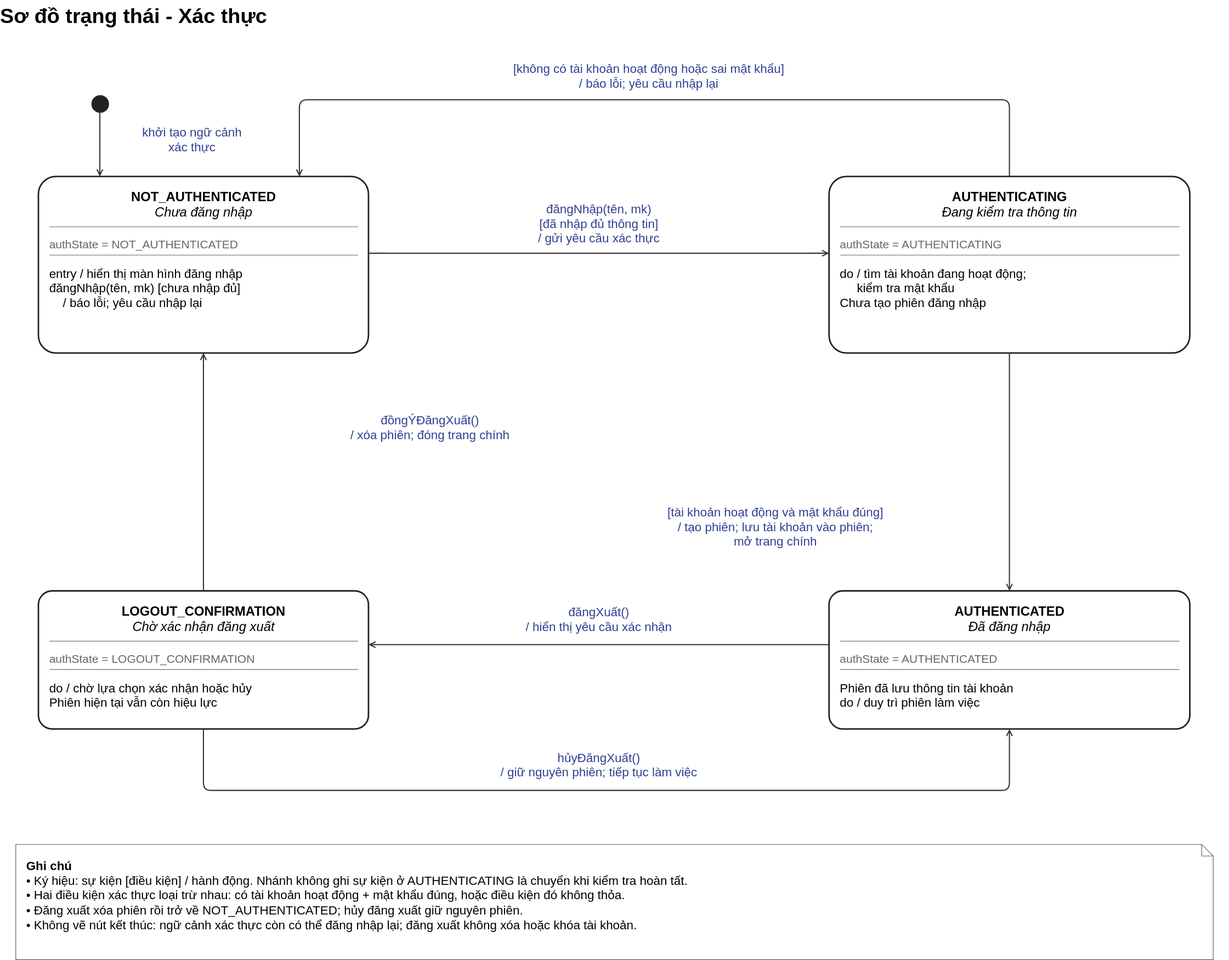
Above: 4.Submit_State/XT.drawio.svg in DPEldich/DOC-OOAD (draw.io), before the change. Source tidied: cells renumbered, new cells last; positions are measured from the earlier drawing's top-left corner, leaving out a move shared by most shapes.
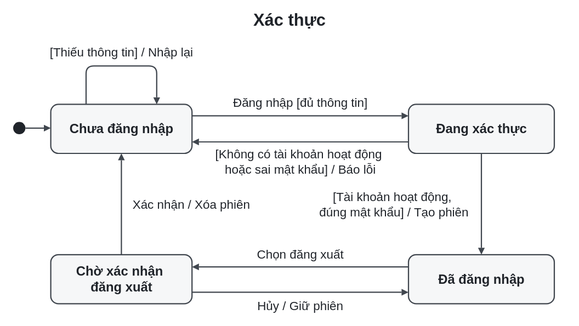
After the commit.

The edit, as a diff of the source:
```diff
@@ -1,163 +1,66 @@
-<mxGraphModel>
+<mxGraphModel background="#ffffff">
   <root>
     <mxCell id="0" />
     <mxCell id="1" parent="0" />
-    <mxCell id="2" value="&lt;b&gt;Sơ đồ trạng thái - Xác thực&lt;/b&gt;" style="text;html=1;strokeColor=none;fillColor=none;align=left;verticalAlign=top;whiteSpace=wrap;overflow=hidden;fontFamily=Arial;spacing=0;fontSize=27;" parent="1" vertex="1">
-      <mxGeometry width="1600" height="34" as="geometry" />
+    <mxCell id="2" value="Xác thực" style="text;strokeColor=none;fillColor=none;fontSize=22;fontStyle=1;fontFamily=Arial;fontColor=#20242a;align=center;verticalAlign=middle;whiteSpace=wrap;html=0;" parent="1" vertex="1">
+      <mxGeometry x="-32" y="-12" width="738" height="36" as="geometry" />
     </mxCell>
+    <mxCell id="27" style="ellipse;strokeColor=#20242a;fillColor=#20242a;strokeWidth=1.6;fontFamily=Arial;fontColor=#20242a;align=center;verticalAlign=middle;whiteSpace=wrap;html=0;" parent="1" vertex="1">
+      <mxGeometry x="-23" y="139" width="16" height="16" as="geometry" />
+    </mxCell>
-    <mxCell id="3" style="rounded=1;arcSize=10;whiteSpace=wrap;html=1;fillColor=#ffffff;strokeColor=#222222;strokeWidth=2;" parent="1" vertex="1">
-      <mxGeometry x="50" y="230" width="430" height="230" as="geometry" />
+    <mxCell id="3" value="Chưa đăng nhập" style="rounded=1;absoluteArcSize=1;arcSize=20;strokeColor=#40464e;strokeWidth=1.6;fillColor=#f6f7f8;fontSize=17;fontStyle=1;fontFamily=Arial;fontColor=#20242a;align=center;verticalAlign=middle;whiteSpace=wrap;html=0;" parent="1" vertex="1">
+      <mxGeometry x="26" y="116" width="184" height="64" as="geometry" />
     </mxCell>
-    <mxCell id="4" value="&lt;b&gt;NOT_AUTHENTICATED&lt;/b&gt;&lt;br&gt;&lt;i&gt;Chưa đăng nhập&lt;/i&gt;" style="text;html=1;strokeColor=none;fillColor=none;align=left;verticalAlign=top;whiteSpace=wrap;overflow=hidden;fontFamily=Arial;spacing=0;fontSize=17;align=center;" parent="3" vertex="1">
-      <mxGeometry x="12" y="12" width="406" height="50" as="geometry" />
-    </mxCell>
-    <mxCell id="5" value="authState = NOT_AUTHENTICATED" style="text;html=1;strokeColor=none;fillColor=none;align=left;verticalAlign=top;whiteSpace=wrap;overflow=hidden;fontFamily=Arial;spacing=0;fontSize=15;fontColor=#666666;" parent="3" vertex="1">
-      <mxGeometry x="14" y="75" width="402" height="25" as="geometry" />
-    </mxCell>
-    <mxCell id="6" value="entry / hiển thị màn hình đăng nhập&lt;br&gt;đăngNhập(tên, mk) [chưa nhập đủ]&lt;br&gt;&amp;nbsp;&amp;nbsp;&amp;nbsp;&amp;nbsp;/ báo lỗi; yêu cầu nhập lại" style="text;html=1;strokeColor=none;fillColor=none;align=left;verticalAlign=top;whiteSpace=wrap;overflow=hidden;fontFamily=Arial;spacing=0;fontSize=16;lineHeight=21;" parent="3" vertex="1">
-      <mxGeometry x="14" y="112" width="402" height="108" as="geometry" />
-    </mxCell>
-    <mxCell id="7" style="endArrow=none;startArrow=none;strokeColor=#9a7979;strokeWidth=1;html=1;" parent="3" edge="1">
-      <mxGeometry relative="1" as="geometry">
-        <mxPoint x="14" y="65" as="sourcePoint" />
-        <mxPoint x="416" y="65" as="targetPoint" />
-      </mxGeometry>
-    </mxCell>
-    <mxCell id="8" style="endArrow=none;startArrow=none;strokeColor=#9a7979;strokeWidth=1;html=1;" parent="3" edge="1">
-      <mxGeometry relative="1" as="geometry">
-        <mxPoint x="14" y="102" as="sourcePoint" />
-        <mxPoint x="416" y="102" as="targetPoint" />
-      </mxGeometry>
-    </mxCell>
-    <mxCell id="9" style="rounded=1;arcSize=10;whiteSpace=wrap;html=1;fillColor=#ffffff;strokeColor=#222222;strokeWidth=2;" parent="1" vertex="1">
-      <mxGeometry x="1080" y="230" width="470" height="230" as="geometry" />
+    <mxCell id="9" value="Đang xác thực" style="rounded=1;absoluteArcSize=1;arcSize=20;strokeColor=#40464e;strokeWidth=1.6;fillColor=#f6f7f8;fontSize=17;fontStyle=1;fontFamily=Arial;fontColor=#20242a;align=center;verticalAlign=middle;whiteSpace=wrap;html=0;" parent="1" vertex="1">
+      <mxGeometry x="492" y="116" width="190" height="64" as="geometry" />
     </mxCell>
-    <mxCell id="10" value="&lt;b&gt;AUTHENTICATING&lt;/b&gt;&lt;br&gt;&lt;i&gt;Đang kiểm tra thông tin&lt;/i&gt;" style="text;html=1;strokeColor=none;fillColor=none;align=left;verticalAlign=top;whiteSpace=wrap;overflow=hidden;fontFamily=Arial;spacing=0;fontSize=17;align=center;" parent="9" vertex="1">
-      <mxGeometry x="12" y="12" width="446" height="50" as="geometry" />
-    </mxCell>
-    <mxCell id="11" value="authState = AUTHENTICATING" style="text;html=1;strokeColor=none;fillColor=none;align=left;verticalAlign=top;whiteSpace=wrap;overflow=hidden;fontFamily=Arial;spacing=0;fontSize=15;fontColor=#666666;" parent="9" vertex="1">
-      <mxGeometry x="14" y="75" width="442" height="25" as="geometry" />
-    </mxCell>
-    <mxCell id="12" value="do / tìm tài khoản đang hoạt động;&lt;br&gt;&amp;nbsp;&amp;nbsp;&amp;nbsp;&amp;nbsp; kiểm tra mật khẩu&lt;br&gt;Chưa tạo phiên đăng nhập" style="text;html=1;strokeColor=none;fillColor=none;align=left;verticalAlign=top;whiteSpace=wrap;overflow=hidden;fontFamily=Arial;spacing=0;fontSize=16;lineHeight=21;" parent="9" vertex="1">
-      <mxGeometry x="14" y="112" width="442" height="108" as="geometry" />
-    </mxCell>
-    <mxCell id="13" style="endArrow=none;startArrow=none;strokeColor=#9a7979;strokeWidth=1;html=1;" parent="9" edge="1">
-      <mxGeometry relative="1" as="geometry">
-        <mxPoint x="14" y="65" as="sourcePoint" />
-        <mxPoint x="456" y="65" as="targetPoint" />
-      </mxGeometry>
-    </mxCell>
-    <mxCell id="14" style="endArrow=none;startArrow=none;strokeColor=#9a7979;strokeWidth=1;html=1;" parent="9" edge="1">
-      <mxGeometry relative="1" as="geometry">
-        <mxPoint x="14" y="102" as="sourcePoint" />
-        <mxPoint x="456" y="102" as="targetPoint" />
-      </mxGeometry>
-    </mxCell>
-    <mxCell id="15" style="rounded=1;arcSize=10;whiteSpace=wrap;html=1;fillColor=#ffffff;strokeColor=#222222;strokeWidth=2;" parent="1" vertex="1">
-      <mxGeometry x="1080" y="770" width="470" height="180" as="geometry" />
+    <mxCell id="15" value="Đã đăng nhập" style="rounded=1;absoluteArcSize=1;arcSize=20;strokeColor=#40464e;strokeWidth=1.6;fillColor=#f6f7f8;fontSize=17;fontStyle=1;fontFamily=Arial;fontColor=#20242a;align=center;verticalAlign=middle;whiteSpace=wrap;html=0;" parent="1" vertex="1">
+      <mxGeometry x="492" y="312" width="190" height="64" as="geometry" />
     </mxCell>
-    <mxCell id="16" value="&lt;b&gt;AUTHENTICATED&lt;/b&gt;&lt;br&gt;&lt;i&gt;Đã đăng nhập&lt;/i&gt;" style="text;html=1;strokeColor=none;fillColor=none;align=left;verticalAlign=top;whiteSpace=wrap;overflow=hidden;fontFamily=Arial;spacing=0;fontSize=17;align=center;" parent="15" vertex="1">
-      <mxGeometry x="12" y="12" width="446" height="50" as="geometry" />
-    </mxCell>
-    <mxCell id="17" value="authState = AUTHENTICATED" style="text;html=1;strokeColor=none;fillColor=none;align=left;verticalAlign=top;whiteSpace=wrap;overflow=hidden;fontFamily=Arial;spacing=0;fontSize=15;fontColor=#666666;" parent="15" vertex="1">
-      <mxGeometry x="14" y="75" width="442" height="25" as="geometry" />
-    </mxCell>
-    <mxCell id="18" value="Phiên đã lưu thông tin tài khoản&lt;br&gt;do / duy trì phiên làm việc" style="text;html=1;strokeColor=none;fillColor=none;align=left;verticalAlign=top;whiteSpace=wrap;overflow=hidden;fontFamily=Arial;spacing=0;fontSize=16;lineHeight=21;" parent="15" vertex="1">
-      <mxGeometry x="14" y="112" width="442" height="58" as="geometry" />
-    </mxCell>
-    <mxCell id="19" style="endArrow=none;startArrow=none;strokeColor=#9a7979;strokeWidth=1;html=1;" parent="15" edge="1">
-      <mxGeometry relative="1" as="geometry">
-        <mxPoint x="14" y="65" as="sourcePoint" />
-        <mxPoint x="456" y="65" as="targetPoint" />
-      </mxGeometry>
-    </mxCell>
-    <mxCell id="20" style="endArrow=none;startArrow=none;strokeColor=#9a7979;strokeWidth=1;html=1;" parent="15" edge="1">
-      <mxGeometry relative="1" as="geometry">
-        <mxPoint x="14" y="102" as="sourcePoint" />
-        <mxPoint x="456" y="102" as="targetPoint" />
-      </mxGeometry>
-    </mxCell>
-    <mxCell id="21" style="rounded=1;arcSize=10;whiteSpace=wrap;html=1;fillColor=#ffffff;strokeColor=#222222;strokeWidth=2;" parent="1" vertex="1">
-      <mxGeometry x="50" y="770" width="430" height="180" as="geometry" />
+    <mxCell id="21" value="Chờ xác nhận&#10;đăng xuất" style="rounded=1;absoluteArcSize=1;arcSize=20;strokeColor=#40464e;strokeWidth=1.6;fillColor=#f6f7f8;fontSize=17;fontStyle=1;fontFamily=Arial;fontColor=#20242a;align=center;verticalAlign=middle;whiteSpace=wrap;html=0;" parent="1" vertex="1">
+      <mxGeometry x="26" y="312" width="184" height="64" as="geometry" />
     </mxCell>
-    <mxCell id="22" value="&lt;b&gt;LOGOUT_CONFIRMATION&lt;/b&gt;&lt;br&gt;&lt;i&gt;Chờ xác nhận đăng xuất&lt;/i&gt;" style="text;html=1;strokeColor=none;fillColor=none;align=left;verticalAlign=top;whiteSpace=wrap;overflow=hidden;fontFamily=Arial;spacing=0;fontSize=17;align=center;" parent="21" vertex="1">
-      <mxGeometry x="12" y="12" width="406" height="50" as="geometry" />
-    </mxCell>
-    <mxCell id="23" value="authState = LOGOUT_CONFIRMATION" style="text;html=1;strokeColor=none;fillColor=none;align=left;verticalAlign=top;whiteSpace=wrap;overflow=hidden;fontFamily=Arial;spacing=0;fontSize=15;fontColor=#666666;" parent="21" vertex="1">
-      <mxGeometry x="14" y="75" width="402" height="25" as="geometry" />
-    </mxCell>
-    <mxCell id="24" value="do / chờ lựa chọn xác nhận hoặc hủy&lt;br&gt;Phiên hiện tại vẫn còn hiệu lực" style="text;html=1;strokeColor=none;fillColor=none;align=left;verticalAlign=top;whiteSpace=wrap;overflow=hidden;fontFamily=Arial;spacing=0;fontSize=16;lineHeight=21;" parent="21" vertex="1">
-      <mxGeometry x="14" y="112" width="402" height="58" as="geometry" />
-    </mxCell>
-    <mxCell id="25" style="endArrow=none;startArrow=none;strokeColor=#9a7979;strokeWidth=1;html=1;" parent="21" edge="1">
-      <mxGeometry relative="1" as="geometry">
-        <mxPoint x="14" y="65" as="sourcePoint" />
-        <mxPoint x="416" y="65" as="targetPoint" />
-      </mxGeometry>
-    </mxCell>
-    <mxCell id="26" style="endArrow=none;startArrow=none;strokeColor=#9a7979;strokeWidth=1;html=1;" parent="21" edge="1">
-      <mxGeometry relative="1" as="geometry">
-        <mxPoint x="14" y="102" as="sourcePoint" />
-        <mxPoint x="416" y="102" as="targetPoint" />
-      </mxGeometry>
-    </mxCell>
-    <mxCell id="27" style="ellipse;html=1;fillColor=#222222;strokeColor=#222222;" parent="1" vertex="1">
-      <mxGeometry x="119" y="124" width="22" height="22" as="geometry" />
-    </mxCell>
-    <mxCell id="28" style="edgeStyle=none;rounded=1;endArrow=open;endFill=0;strokeColor=#333333;strokeWidth=1.5;exitX=0.5;exitY=1;exitPerimeter=0;entryX=0.18604651162790697;entryY=0.0;entryPerimeter=0;" parent="1" edge="1" source="27" target="3">
+    <mxCell id="28" style="noEdgeStyle=1;rounded=1;endArrow=block;endFill=1;endSize=8;strokeWidth=1.6;strokeColor=#40464e;fontFamily=Arial;fontSize=16;fontColor=#20242a;align=center;verticalAlign=middle;html=0;exitX=1;exitY=0.5;exitPerimeter=0;entryX=0;entryY=0.484375;entryPerimeter=0;" parent="1" edge="1" source="27" target="3">
       <mxGeometry relative="1" as="geometry" />
     </mxCell>
-    <mxCell id="29" value="khởi tạo ngữ cảnh&lt;br&gt;xác thực" style="text;html=1;strokeColor=none;fillColor=none;align=left;verticalAlign=top;whiteSpace=wrap;overflow=hidden;fontFamily=Arial;spacing=0;fontSize=16;fontColor=#303f92;align=center;fillColor=#ffffff;" parent="1" vertex="1">
-      <mxGeometry x="135" y="158" width="230" height="50" as="geometry" />
-    </mxCell>
+    <mxCell id="43" value="[Thiếu thông tin] / Nhập lại" style="noEdgeStyle=1;rounded=1;endArrow=block;endFill=1;endSize=8;strokeWidth=1.6;strokeColor=#40464e;fontFamily=Arial;fontSize=16;fontColor=#20242a;align=center;verticalAlign=middle;html=0;exitX=0.25;exitY=0;exitPerimeter=0;entryX=0.75;entryY=0;entryPerimeter=0;" parent="1" edge="1" source="3" target="3">
+      <mxGeometry relative="1" as="geometry">
+        <Array as="points">
+          <mxPoint x="72" y="66" />
+          <mxPoint x="164" y="66" />
+        </Array>
+        <mxPoint y="-18" as="offset" />
+      </mxGeometry>
+    </mxCell>
-    <mxCell id="30" style="edgeStyle=none;rounded=1;endArrow=open;endFill=0;strokeColor=#333333;strokeWidth=1.5;exitX=1.0;exitY=0.43478260869565216;exitPerimeter=0;entryX=0.0;entryY=0.43478260869565216;entryPerimeter=0;" parent="1" edge="1" source="3" target="9">
-      <mxGeometry relative="1" as="geometry" />
+    <mxCell id="30" value="Đăng nhập [đủ thông tin]" style="noEdgeStyle=1;rounded=1;endArrow=block;endFill=1;endSize=8;strokeWidth=1.6;strokeColor=#40464e;fontFamily=Arial;fontSize=16;fontColor=#20242a;align=center;verticalAlign=middle;html=0;exitX=1;exitY=0.234375;exitPerimeter=0;entryX=0;entryY=0.234375;entryPerimeter=0;" parent="1" edge="1" source="3" target="9">
+      <mxGeometry relative="1" as="geometry">
+        <mxPoint y="-17" as="offset" />
+      </mxGeometry>
     </mxCell>
-    <mxCell id="31" value="đăngNhập(tên, mk)&lt;br&gt;[đã nhập đủ thông tin]&lt;br&gt;/ gửi yêu cầu xác thực" style="text;html=1;strokeColor=none;fillColor=none;align=left;verticalAlign=top;whiteSpace=wrap;overflow=hidden;fontFamily=Arial;spacing=0;fontSize=16;fontColor=#303f92;align=center;fillColor=#ffffff;" parent="1" vertex="1">
-      <mxGeometry x="505" y="258" width="550" height="71" as="geometry" />
-    </mxCell>
-    <mxCell id="32" style="edgeStyle=none;rounded=1;endArrow=open;endFill=0;strokeColor=#333333;strokeWidth=1.5;exitX=0.5;exitY=0.0;exitPerimeter=0;entryX=0.7906976744186046;entryY=0.0;entryPerimeter=0;" parent="1" edge="1" source="9" target="3">
+    <mxCell id="32" value="[Không có tài khoản hoạt động&#10;hoặc sai mật khẩu] / Báo lỗi" style="noEdgeStyle=1;rounded=1;endArrow=block;endFill=1;endSize=8;strokeWidth=1.6;strokeColor=#40464e;fontFamily=Arial;fontSize=16;fontColor=#20242a;align=center;verticalAlign=middle;html=0;exitX=0;exitY=0.765625;exitPerimeter=0;entryX=1;entryY=0.765625;entryPerimeter=0;" parent="1" edge="1" source="9" target="3">
       <mxGeometry relative="1" as="geometry">
-        <Array as="points">
-          <mxPoint x="1315" y="130" />
-          <mxPoint x="390" y="130" />
-        </Array>
+        <mxPoint y="26" as="offset" />
       </mxGeometry>
     </mxCell>
-    <mxCell id="33" value="[không có tài khoản hoạt động hoặc sai mật khẩu]&lt;br&gt;/ báo lỗi; yêu cầu nhập lại" style="text;html=1;strokeColor=none;fillColor=none;align=left;verticalAlign=top;whiteSpace=wrap;overflow=hidden;fontFamily=Arial;spacing=0;fontSize=16;fontColor=#303f92;align=center;fillColor=#ffffff;" parent="1" vertex="1">
-      <mxGeometry x="445" y="75" width="800" height="50" as="geometry" />
-    </mxCell>
-    <mxCell id="34" style="edgeStyle=none;rounded=1;endArrow=open;endFill=0;strokeColor=#333333;strokeWidth=1.5;exitX=0.5;exitY=1.0;exitPerimeter=0;entryX=0.5;entryY=0.0;entryPerimeter=0;" parent="1" edge="1" source="9" target="15">
-      <mxGeometry relative="1" as="geometry" />
+    <mxCell id="34" value="[Tài khoản hoạt động,&#10;đúng mật khẩu] / Tạo phiên" style="noEdgeStyle=1;rounded=1;endArrow=block;endFill=1;endSize=8;strokeWidth=1.6;strokeColor=#40464e;fontFamily=Arial;fontSize=16;fontColor=#20242a;align=center;verticalAlign=middle;html=0;exitX=0.5;exitY=1;exitPerimeter=0;entryX=0.5;entryY=0;entryPerimeter=0;" parent="1" edge="1" source="9" target="15">
+      <mxGeometry relative="1" as="geometry">
+        <mxPoint x="-114" y="1" as="offset" />
+      </mxGeometry>
     </mxCell>
-    <mxCell id="35" value="[tài khoản hoạt động và mật khẩu đúng]&lt;br&gt;/ tạo phiên; lưu tài khoản vào phiên;&lt;br&gt;mở trang chính" style="text;html=1;strokeColor=none;fillColor=none;align=left;verticalAlign=top;whiteSpace=wrap;overflow=hidden;fontFamily=Arial;spacing=0;fontSize=16;fontColor=#303f92;align=center;fillColor=#ffffff;" parent="1" vertex="1">
-      <mxGeometry x="720" y="653" width="580" height="71" as="geometry" />
-    </mxCell>
-    <mxCell id="36" style="edgeStyle=none;rounded=1;endArrow=open;endFill=0;strokeColor=#333333;strokeWidth=1.5;exitX=0.0;exitY=0.3888888888888889;exitPerimeter=0;entryX=1.0;entryY=0.3888888888888889;entryPerimeter=0;" parent="1" edge="1" source="15" target="21">
-      <mxGeometry relative="1" as="geometry" />
+    <mxCell id="36" value="Chọn đăng xuất" style="noEdgeStyle=1;rounded=1;endArrow=block;endFill=1;endSize=8;strokeWidth=1.6;strokeColor=#40464e;fontFamily=Arial;fontSize=16;fontColor=#20242a;align=center;verticalAlign=middle;html=0;exitX=0;exitY=0.25;exitPerimeter=0;entryX=1;entryY=0.25;entryPerimeter=0;" parent="1" edge="1" source="15" target="21">
+      <mxGeometry relative="1" as="geometry">
+        <mxPoint y="-16" as="offset" />
+      </mxGeometry>
     </mxCell>
-    <mxCell id="37" value="đăngXuất()&lt;br&gt;/ hiển thị yêu cầu xác nhận" style="text;html=1;strokeColor=none;fillColor=none;align=left;verticalAlign=top;whiteSpace=wrap;overflow=hidden;fontFamily=Arial;spacing=0;fontSize=16;fontColor=#303f92;align=center;fillColor=#ffffff;" parent="1" vertex="1">
-      <mxGeometry x="505" y="783" width="550" height="50" as="geometry" />
-    </mxCell>
+    <mxCell id="40" value="Hủy / Giữ phiên" style="noEdgeStyle=1;rounded=1;endArrow=block;endFill=1;endSize=8;strokeWidth=1.6;strokeColor=#40464e;fontFamily=Arial;fontSize=16;fontColor=#20242a;align=center;verticalAlign=middle;html=0;exitX=1;exitY=0.765625;exitPerimeter=0;entryX=0;entryY=0.765625;entryPerimeter=0;" parent="1" edge="1" source="21" target="15">
+      <mxGeometry relative="1" as="geometry">
+        <mxPoint y="18" as="offset" />
+      </mxGeometry>
+    </mxCell>
-    <mxCell id="38" style="edgeStyle=none;rounded=1;endArrow=open;endFill=0;strokeColor=#333333;strokeWidth=1.5;exitX=0.5;exitY=0.0;exitPerimeter=0;entryX=0.5;entryY=1.0;entryPerimeter=0;" parent="1" edge="1" source="21" target="3">
-      <mxGeometry relative="1" as="geometry" />
+    <mxCell id="38" value="Xác nhận / Xóa phiên" style="noEdgeStyle=1;rounded=1;endArrow=block;endFill=1;endSize=8;strokeWidth=1.6;strokeColor=#40464e;fontFamily=Arial;fontSize=16;fontColor=#20242a;align=center;verticalAlign=middle;html=0;exitX=0.5;exitY=0;exitPerimeter=0;entryX=0.5;entryY=1;entryPerimeter=0;" parent="1" edge="1" source="21" target="3">
+      <mxGeometry relative="1" as="geometry">
+        <mxPoint x="91" y="1" as="offset" />
+      </mxGeometry>
     </mxCell>
-    <mxCell id="39" value="đồngÝĐăngXuất()&lt;br&gt;/ xóa phiên; đóng trang chính" style="text;html=1;strokeColor=none;fillColor=none;align=left;verticalAlign=top;whiteSpace=wrap;overflow=hidden;fontFamily=Arial;spacing=0;fontSize=16;fontColor=#303f92;align=center;fillColor=#ffffff;" parent="1" vertex="1">
-      <mxGeometry x="285" y="533" width="550" height="50" as="geometry" />
-    </mxCell>
-    <mxCell id="40" style="edgeStyle=none;rounded=1;endArrow=open;endFill=0;strokeColor=#333333;strokeWidth=1.5;exitX=0.5;exitY=1.0;exitPerimeter=0;entryX=0.5;entryY=1.0;entryPerimeter=0;" parent="1" edge="1" source="21" target="15">
-      <mxGeometry relative="1" as="geometry">
-        <Array as="points">
-          <mxPoint x="265" y="1030" />
-          <mxPoint x="1315" y="1030" />
-        </Array>
-      </mxGeometry>
-    </mxCell>
-    <mxCell id="41" value="hủyĐăngXuất()&lt;br&gt;/ giữ nguyên phiên; tiếp tục làm việc" style="text;html=1;strokeColor=none;fillColor=none;align=left;verticalAlign=top;whiteSpace=wrap;overflow=hidden;fontFamily=Arial;spacing=0;fontSize=16;fontColor=#303f92;align=center;fillColor=#ffffff;" parent="1" vertex="1">
-      <mxGeometry x="445" y="973" width="670" height="50" as="geometry" />
-    </mxCell>
-    <mxCell id="42" value="&lt;b&gt;Ghi chú&lt;/b&gt;&lt;br&gt;• Ký hiệu: sự kiện [điều kiện] / hành động. Nhánh không ghi sự kiện ở AUTHENTICATING là chuyển khi kiểm tra hoàn tất.&lt;br&gt;• Hai điều kiện xác thực loại trừ nhau: có tài khoản hoạt động + mật khẩu đúng, hoặc điều kiện đó không thỏa.&lt;br&gt;• Đăng xuất xóa phiên rồi trở về NOT_AUTHENTICATED; hủy đăng xuất giữ nguyên phiên.&lt;br&gt;• Không vẽ nút kết thúc: ngữ cảnh xác thực còn có thể đăng nhập lại; đăng xuất không xóa hoặc khóa tài khoản." style="shape=note;size=15;html=1;whiteSpace=wrap;fillColor=#ffffff;strokeColor=#777777;fontFamily=Arial;fontSize=16;align=left;verticalAlign=top;spacing=14;" parent="1" vertex="1">
-      <mxGeometry x="20" y="1100" width="1560" height="150" as="geometry" />
-    </mxCell>
   </root>
 </mxGraphModel>
```
